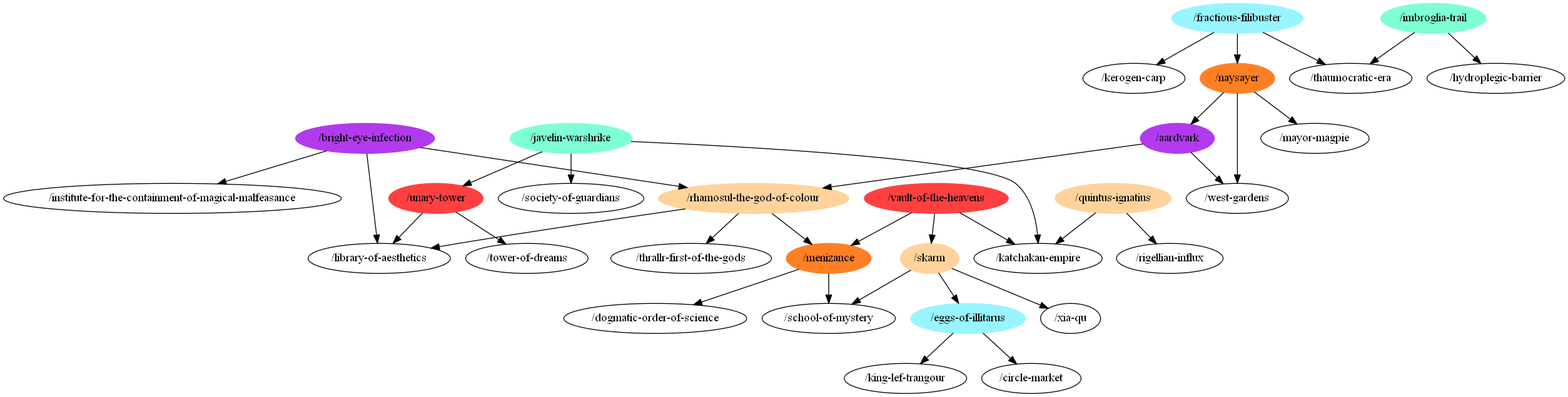
m-r-hunt/od117-walker keeps this Graphviz diagram as at-general.png. Above is the earlier version. Its source is kept beside it as at-general.dot.
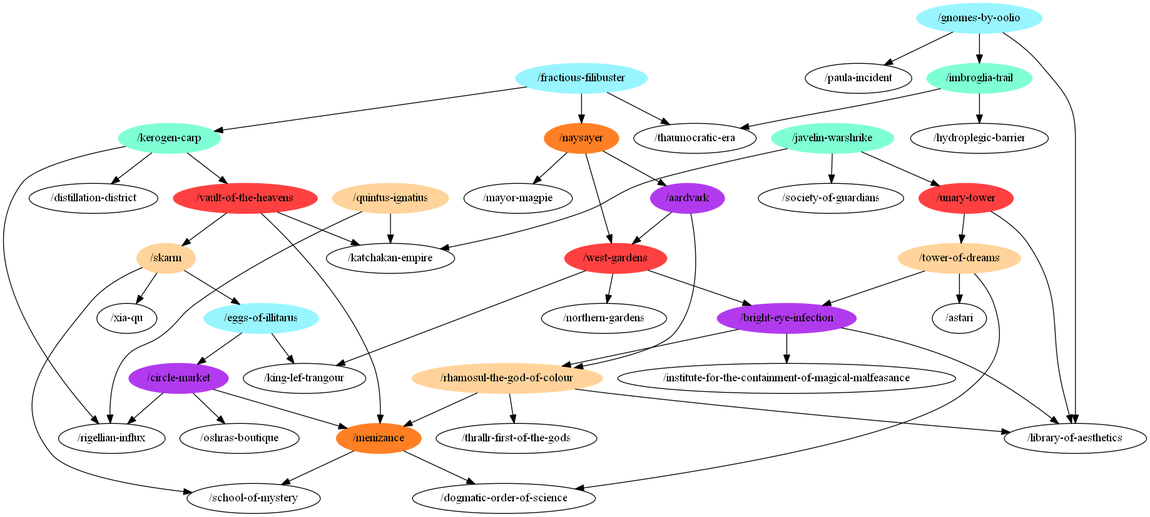
After the change.

Diff of the diagram source:
```diff
@@ -2,7 +2,7 @@
 "/institute-for-the-containment-of-magical-malfeasance";
 "/thrallr-first-of-the-gods";
 "/unary-tower" [color=brown1,style=filled];
-"/kerogen-carp";
+"/kerogen-carp" [color=aquamarine,style=filled];
 "/skarm" [color=burlywood1,style=filled];
 "/javelin-warshrike" [color=aquamarine,style=filled];
 "/school-of-mystery";
@@ -10,27 +10,36 @@
 "/king-lef-trangour";
 "/rhamosul-the-god-of-colour" [color=burlywood1,style=filled];
 "/eggs-of-illitarus" [color=cadetblue1,style=filled];
+"/distillation-district";
+"/paula-incident";
 "/naysayer" [color=chocolate1,style=filled];
+"/northern-gardens";
 "/quintus-ignatius" [color=burlywood1,style=filled];
 "/bright-eye-infection" [color=darkorchid2,style=filled];
 "/society-of-guardians";
 "/vault-of-the-heavens" [color=brown1,style=filled];
-"/west-gardens";
+"/west-gardens" [color=brown1,style=filled];
 "/xia-qu";
 "/thaumocratic-era";
 "/mayor-magpie";
-"/tower-of-dreams";
+"/astari";
+"/tower-of-dreams" [color=burlywood1,style=filled];
+"/oshras-boutique";
 "/dogmatic-order-of-science";
 "/rigellian-influx";
 "/fractious-filibuster" [color=cadetblue1,style=filled];
 "/hydroplegic-barrier";
+"/gnomes-by-oolio" [color=cadetblue1,style=filled];
 "/library-of-aesthetics";
-"/circle-market";
+"/circle-market" [color=darkorchid2,style=filled];
 "/menizance" [color=chocolate1,style=filled];
 "/katchakan-empire";
 "/aardvark" [color=darkorchid2,style=filled];
 "/unary-tower" -> "/tower-of-dreams";
 "/unary-tower" -> "/library-of-aesthetics";
+"/kerogen-carp" -> "/distillation-district";
+"/kerogen-carp" -> "/vault-of-the-heavens";
+"/kerogen-carp" -> "/rigellian-influx";
 "/skarm" -> "/school-of-mystery";
 "/skarm" -> "/eggs-of-illitarus";
 "/skarm" -> "/xia-qu";
@@ -55,9 +64,21 @@
 "/vault-of-the-heavens" -> "/skarm";
 "/vault-of-the-heavens" -> "/menizance";
 "/vault-of-the-heavens" -> "/katchakan-empire";
+"/west-gardens" -> "/king-lef-trangour";
+"/west-gardens" -> "/northern-gardens";
+"/west-gardens" -> "/bright-eye-infection";
+"/tower-of-dreams" -> "/bright-eye-infection";
+"/tower-of-dreams" -> "/astari";
+"/tower-of-dreams" -> "/dogmatic-order-of-science";
 "/fractious-filibuster" -> "/kerogen-carp";
 "/fractious-filibuster" -> "/naysayer";
 "/fractious-filibuster" -> "/thaumocratic-era";
+"/gnomes-by-oolio" -> "/imbroglia-trail";
+"/gnomes-by-oolio" -> "/paula-incident";
+"/gnomes-by-oolio" -> "/library-of-aesthetics";
+"/circle-market" -> "/oshras-boutique";
+"/circle-market" -> "/rigellian-influx";
+"/circle-market" -> "/menizance";
 "/menizance" -> "/school-of-mystery";
 "/menizance" -> "/dogmatic-order-of-science";
 "/aardvark" -> "/rhamosul-the-god-of-colour";
```
